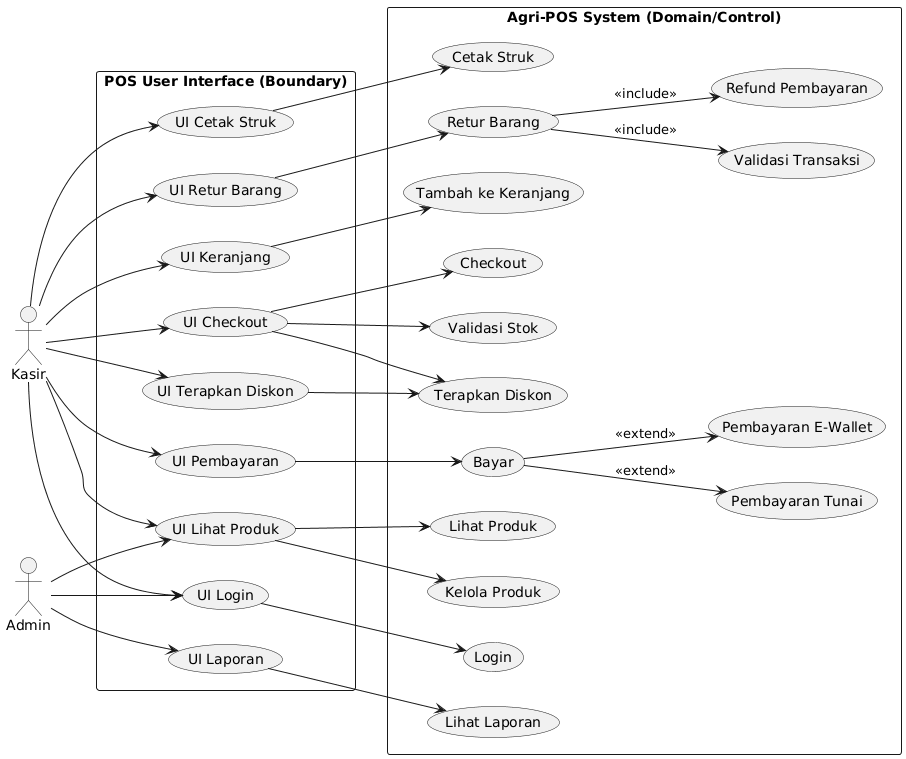
Above: praktikum/week6-uml-solid/docs/uml_usecase.png in dmswhyupratama/oop-202501-240202858 (PlantUML), before the change.
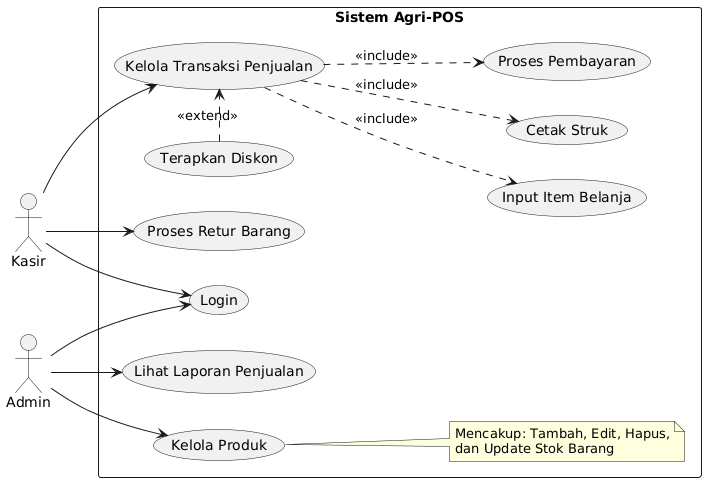
Above is the later version.

What changed in the source:
```diff
@@ -1,75 +1,37 @@
 @startuml
 left to right direction
+actor "Kasir" as Kasir
+actor "Admin" as Admin
 
-actor Kasir
-actor Admin
+rectangle "Sistem Agri-POS" {
+    usecase "Login" as UC_Login
+    usecase "Lihat Laporan Penjualan" as UC_Laporan
 
-rectangle "POS User Interface (Boundary)" as UI {
+    usecase "Kelola Produk" as UC_Produk
+    note right of UC_Produk
+      Mencakup: Tambah, Edit, Hapus,
+      dan Update Stok Barang
+    end note
 
-  (UI Login) as UILogin
-  (UI Lihat Produk) as UIProduk
-  (UI Keranjang) as UIKeranjang
-  (UI Checkout) as UICheckout
-  (UI Pembayaran) as UIPayment
-  (UI Terapkan Diskon) as UIDiskon
-  (UI Cetak Struk) as UIStruk
-  (UI Retur Barang) as UIRetur
-  (UI Laporan) as UILaporan
+    usecase "Kelola Transaksi Penjualan" as UC_Transaksi
+    usecase "Proses Retur Barang" as UC_Retur
+
+    usecase "Cetak Struk" as UC_Struk
+    usecase "Proses Pembayaran" as UC_Bayar
+    usecase "Input Item Belanja" as UC_InputItem
+    usecase "Terapkan Diskon" as UC_Diskon
+
+    Admin --> UC_Login
+    Admin --> UC_Laporan
+    Admin --> UC_Produk
+
+    Kasir --> UC_Login
+    Kasir --> UC_Transaksi
+    Kasir --> UC_Retur
+
+    UC_Transaksi ..> UC_Struk : <<include>>
+    UC_Transaksi ..> UC_Bayar : <<include>>
+    UC_Transaksi ..> UC_InputItem : <<include>>
+    UC_Diskon .> UC_Transaksi : <<extend>>
 }
-
-rectangle "Agri-POS System (Domain/Control)" as SYS {
-
-  (Login)
-  (Lihat Produk)
-  (Tambah ke Keranjang)
-  (Checkout)
-  (Validasi Stok)
-  (Terapkan Diskon)
-  (Bayar)
-  (Pembayaran Tunai)
-  (Pembayaran E-Wallet)
-  (Cetak Struk)
-  (Retur Barang)
-  (Validasi Transaksi)
-  (Refund Pembayaran)
-  (Kelola Produk)
-  (Lihat Laporan)
-}
-
-Kasir --> UILogin
-Kasir --> UIProduk
-Kasir --> UIKeranjang
-Kasir --> UICheckout
-Kasir --> UIPayment
-Kasir --> UIDiskon
-Kasir --> UIStruk
-Kasir --> UIRetur
-
-Admin --> UILogin
-Admin --> UIProduk
-Admin --> UILaporan
-
-UILogin --> (Login)
-
-UIProduk --> (Lihat Produk)
-UIKeranjang --> (Tambah ke Keranjang)
-
-UICheckout --> (Checkout)
-UICheckout --> (Validasi Stok)
-UICheckout --> (Terapkan Diskon)
-
-UIDiskon --> (Terapkan Diskon)
-
-UIPayment --> (Bayar)
-(Bayar) --> (Pembayaran Tunai) : <<extend>>
-(Bayar) --> (Pembayaran E-Wallet) : <<extend>>
-
-UIStruk --> (Cetak Struk)
-
-UIRetur --> (Retur Barang)
-(Retur Barang) --> (Validasi Transaksi) : <<include>>
-(Retur Barang) --> (Refund Pembayaran) : <<include>>
-
-UIProduk --> (Kelola Produk)
-UILaporan --> (Lihat Laporan)
 @enduml
```
